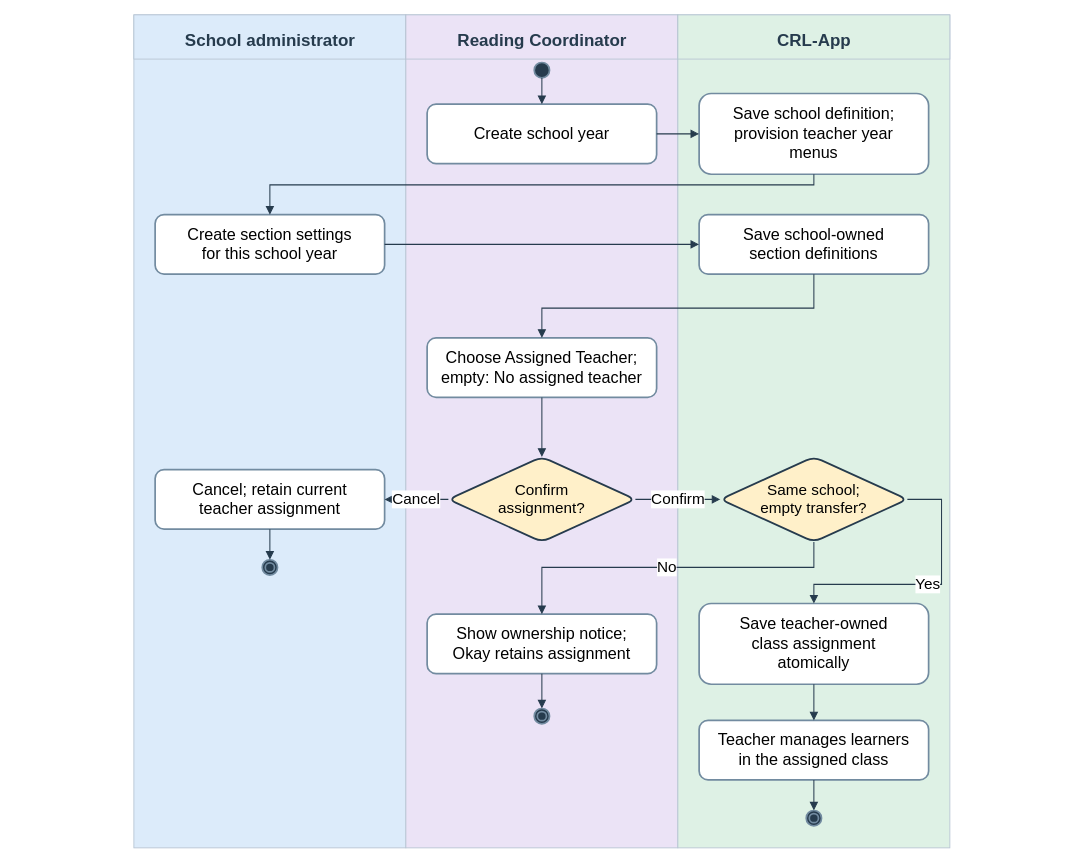
Before: docs/diagrams/class-workspaces/figure-15-class-management.drawio in AkuSayangKamuJudaSayang/crl-app, a draw.io diagram. Source tidied: cells renumbered, new cells numbered last; positions are measured from the earlier drawing's top-left corner, leaving out a move shared by most shapes. Both pictures are drawn from the tidied source at 85%, with x=0, y=0 at pixel (14, 14).
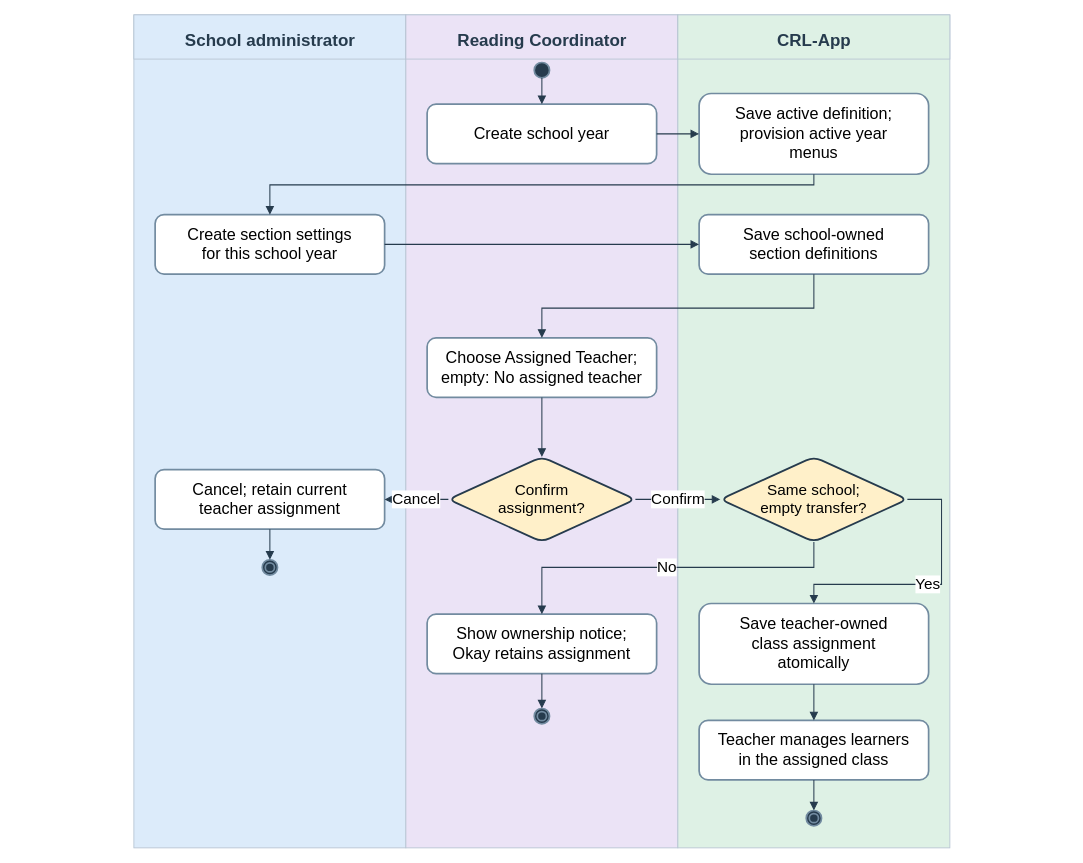
The same page after the edit.

What changed in the source:
```diff
@@
-    <mxCell id="13" value="Save school definition;&lt;br&gt;provision teacher year&lt;br&gt;menus" style="rounded=1;whiteSpace=wrap;html=1;fontFamily=Arial;fillColor=#ffffff;strokeColor=#728ba0;strokeWidth=2;fontSize=19;" parent="1" vertex="1">
+    <mxCell id="13" value="Save active definition;&lt;br&gt;provision active year&lt;br&gt;menus" style="rounded=1;whiteSpace=wrap;html=1;fontFamily=Arial;fillColor=#ffffff;strokeColor=#728ba0;strokeWidth=2;fontSize=19;" parent="1" vertex="1">
       <mxGeometry x="805" y="92.5" width="270" height="95" as="geometry" />
     </mxCell>
```
